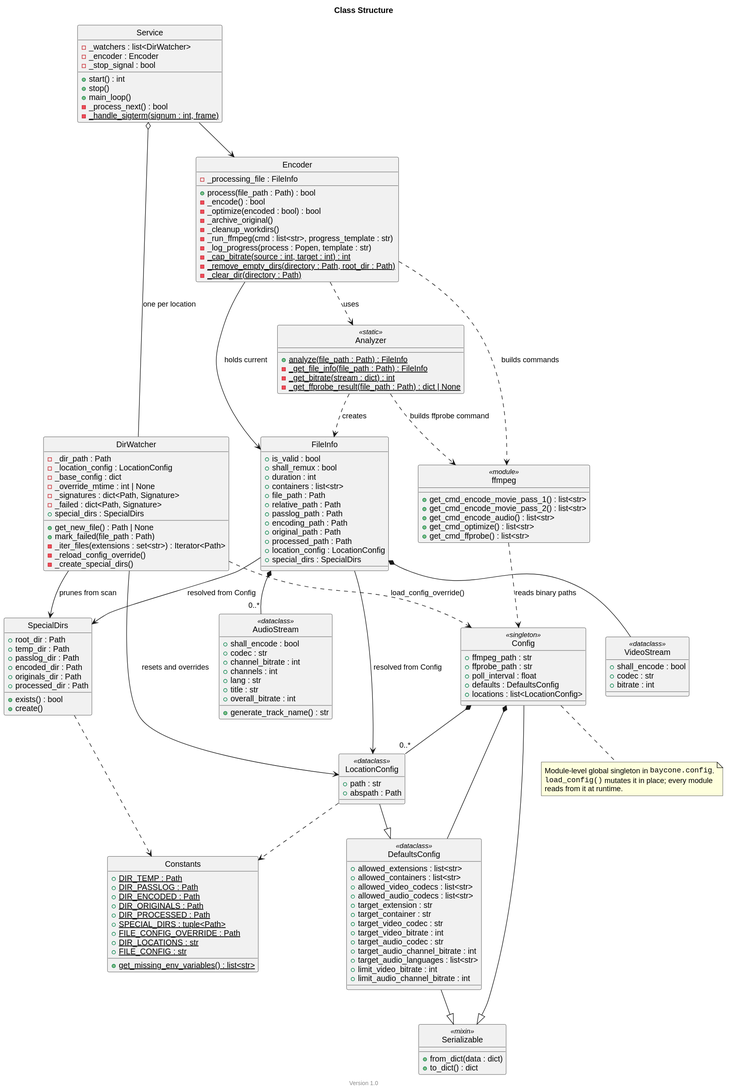
theobaldik/baycone keeps this PlantUML diagram as docs/class_structure.svg. Above is the earlier version. Its source is kept beside it as docs/class_structure.puml.
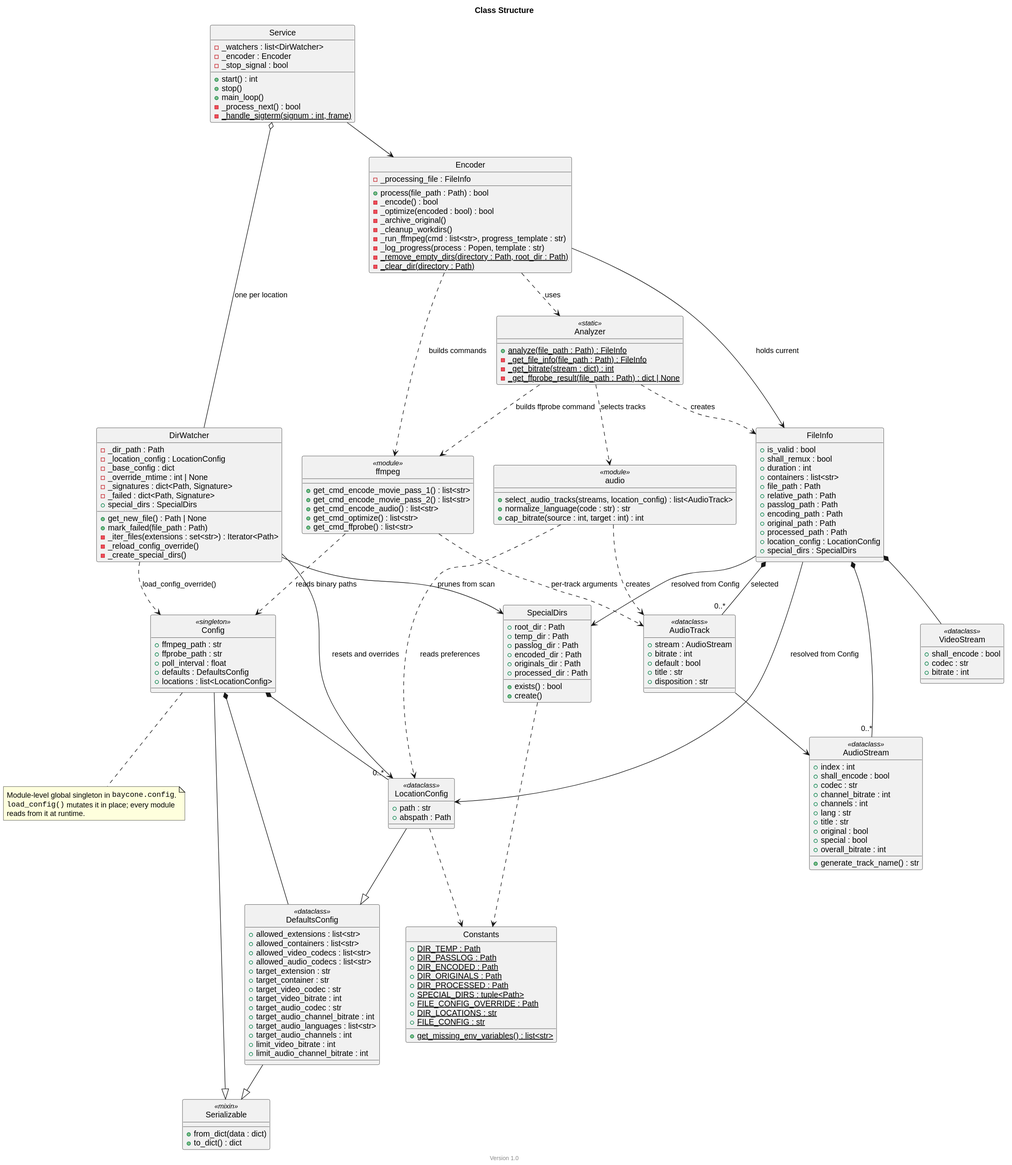
After the commit.

Change to the diagram source:
```diff
@@ -49,7 +49,6 @@
     - _cleanup_workdirs()
     - _run_ffmpeg(cmd : list<str>, progress_template : str)
     - _log_progress(process : Popen, template : str)
-    - {static} _cap_bitrate(source : int, target : int) : int
     - {static} _remove_empty_dirs(directory : Path, root_dir : Path)
     - {static} _clear_dir(directory : Path)
 }
@@ -76,14 +75,31 @@
 }
 
 class AudioStream <<dataclass>> {
+    + index : int
     + shall_encode : bool
     + codec : str
     + channel_bitrate : int
     + channels : int
     + lang : str
     + title : str
+    + original : bool
+    + special : bool
     + overall_bitrate : int
     + generate_track_name() : str
+}
+
+class AudioTrack <<dataclass>> {
+    + stream : AudioStream
+    + bitrate : int
+    + default : bool
+    + title : str
+    + disposition : str
+}
+
+class audio <<module>> {
+    + select_audio_tracks(streams, location_config) : list<AudioTrack>
+    + normalize_language(code : str) : str
+    + cap_bitrate(source : int, target : int) : int
 }
 
 class ffmpeg <<module>> {
@@ -119,6 +135,7 @@
     + target_audio_codec : str
     + target_audio_channel_bitrate : int
     + target_audio_languages : list<str>
+    + target_audio_channels : int
     + limit_video_bitrate : int
     + limit_audio_channel_bitrate : int
 }
@@ -165,6 +182,13 @@
 
 FileInfo *-- VideoStream
 FileInfo *-- "0..*" AudioStream
+FileInfo *-- "0..*" AudioTrack : selected
+AudioTrack --> AudioStream
+
+Analyzer ..> audio : selects tracks
+audio ..> AudioTrack : creates
+audio ..> LocationConfig : reads preferences
+ffmpeg ..> AudioTrack : per-track arguments
 FileInfo --> LocationConfig : resolved from Config
 FileInfo --> SpecialDirs : resolved from Config
 
```
